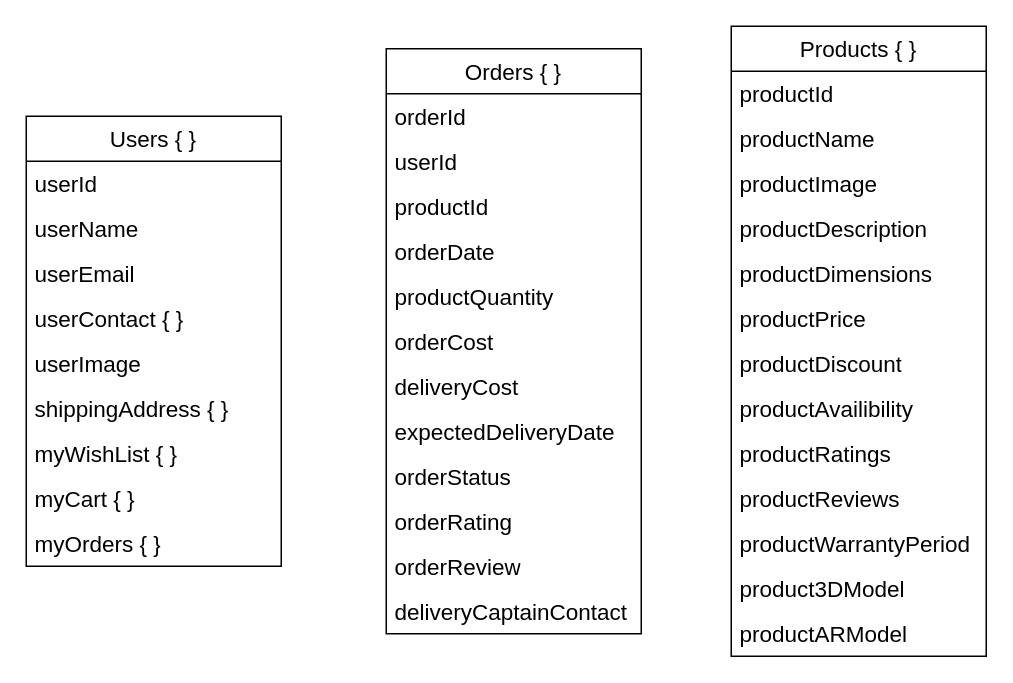
Above: noSQLSchema.drawio in v1kasjaiswal/UnrealFurniture (draw.io), before the change. Source tidied: cells renumbered, new cells numbered last; positions are measured from the earlier drawing's top-left corner, leaving out a move shared by most shapes. Both pictures are drawn from the tidied source at 150%, with x=0, y=0 at pixel (26, 26).
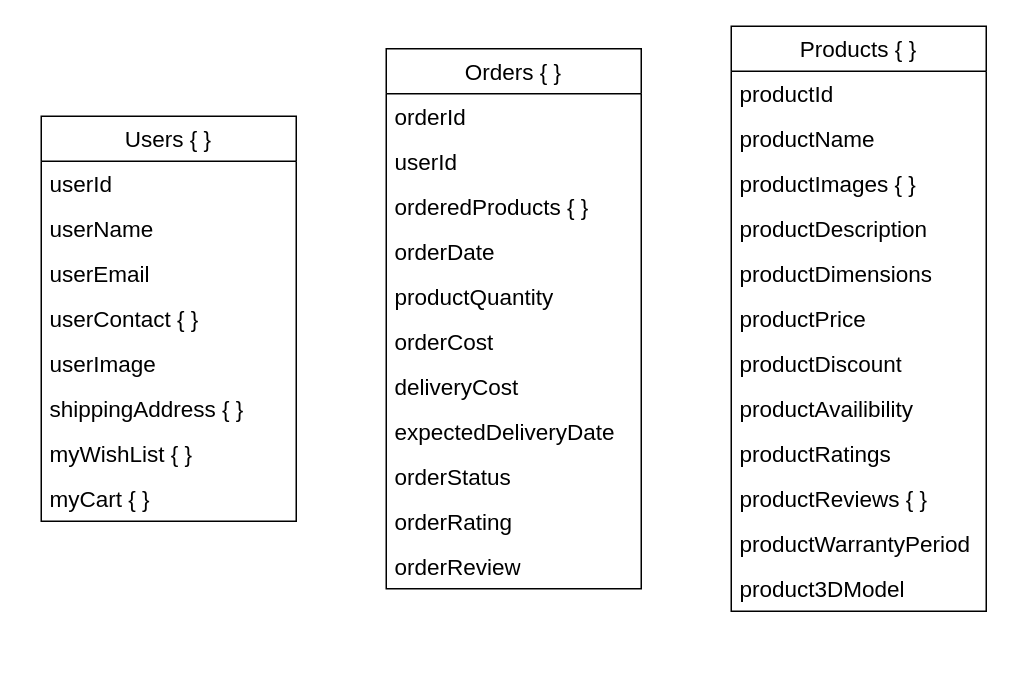
The same page after the edit.

What changed in the source:
```diff
@@
     <mxCell id="2" value="Users { }" style="swimlane;fontStyle=0;horizontal=1;startSize=30;whiteSpace=wrap;html=1;fontSize=15;" parent="1" vertex="1">
-      <mxGeometry y="60" width="170" height="300" as="geometry" />
+      <mxGeometry x="10" y="60" width="170" height="270" as="geometry" />
     </mxCell>
@@
-    <mxCell id="11" value="myOrders { }" style="text;strokeColor=none;fillColor=none;align=left;verticalAlign=middle;spacingLeft=4;spacingRight=4;overflow=hidden;whiteSpace=wrap;html=1;fontSize=15;" parent="2" vertex="1">
-      <mxGeometry y="270" width="170" height="30" as="geometry" />
-    </mxCell>
     <mxCell id="12" value="Products { }" style="swimlane;fontStyle=0;horizontal=1;startSize=30;whiteSpace=wrap;html=1;fontSize=15;" parent="1" vertex="1">
-      <mxGeometry x="470" width="170" height="420" as="geometry" />
+      <mxGeometry x="470" width="170" height="390" as="geometry" />
     </mxCell>
@@
-    <mxCell id="15" value="productImage" style="text;strokeColor=none;fillColor=none;align=left;verticalAlign=middle;spacingLeft=4;spacingRight=4;overflow=hidden;whiteSpace=wrap;html=1;fontSize=15;" parent="12" vertex="1">
+    <mxCell id="15" value="productImages { }" style="text;strokeColor=none;fillColor=none;align=left;verticalAlign=middle;spacingLeft=4;spacingRight=4;overflow=hidden;whiteSpace=wrap;html=1;fontSize=15;" parent="12" vertex="1">
       <mxGeometry y="90" width="170" height="30" as="geometry" />
     </mxCell>
@@
-    <mxCell id="22" value="productReviews" style="text;strokeColor=none;fillColor=none;align=left;verticalAlign=middle;spacingLeft=4;spacingRight=4;overflow=hidden;whiteSpace=wrap;html=1;fontSize=15;" parent="12" vertex="1">
+    <mxCell id="22" value="productReviews { }" style="text;strokeColor=none;fillColor=none;align=left;verticalAlign=middle;spacingLeft=4;spacingRight=4;overflow=hidden;whiteSpace=wrap;html=1;fontSize=15;" parent="12" vertex="1">
       <mxGeometry y="300" width="170" height="30" as="geometry" />
     </mxCell>
@@
-    <mxCell id="25" value="productARModel" style="text;strokeColor=none;fillColor=none;align=left;verticalAlign=middle;spacingLeft=4;spacingRight=4;overflow=hidden;whiteSpace=wrap;html=1;fontSize=15;" parent="12" vertex="1">
-      <mxGeometry y="390" width="170" height="30" as="geometry" />
-    </mxCell>
     <mxCell id="26" value="Orders { }" style="swimlane;fontStyle=0;horizontal=1;startSize=30;whiteSpace=wrap;html=1;fontSize=15;" parent="1" vertex="1">
-      <mxGeometry x="240" y="15" width="170" height="390" as="geometry" />
+      <mxGeometry x="240" y="15" width="170" height="360" as="geometry" />
     </mxCell>
@@
-    <mxCell id="29" value="productId" style="text;strokeColor=none;fillColor=none;align=left;verticalAlign=middle;spacingLeft=4;spacingRight=4;overflow=hidden;whiteSpace=wrap;html=1;fontSize=15;" parent="26" vertex="1">
+    <mxCell id="29" value="orderedProducts { }" style="text;strokeColor=none;fillColor=none;align=left;verticalAlign=middle;spacingLeft=4;spacingRight=4;overflow=hidden;whiteSpace=wrap;html=1;fontSize=15;" parent="26" vertex="1">
       <mxGeometry y="90" width="170" height="30" as="geometry" />
     </mxCell>
@@
-    <mxCell id="38" value="deliveryCaptainContact" style="text;strokeColor=none;fillColor=none;align=left;verticalAlign=middle;spacingLeft=4;spacingRight=4;overflow=hidden;whiteSpace=wrap;html=1;fontSize=15;" parent="26" vertex="1">
-      <mxGeometry y="360" width="170" height="30" as="geometry" />
-    </mxCell>
```
